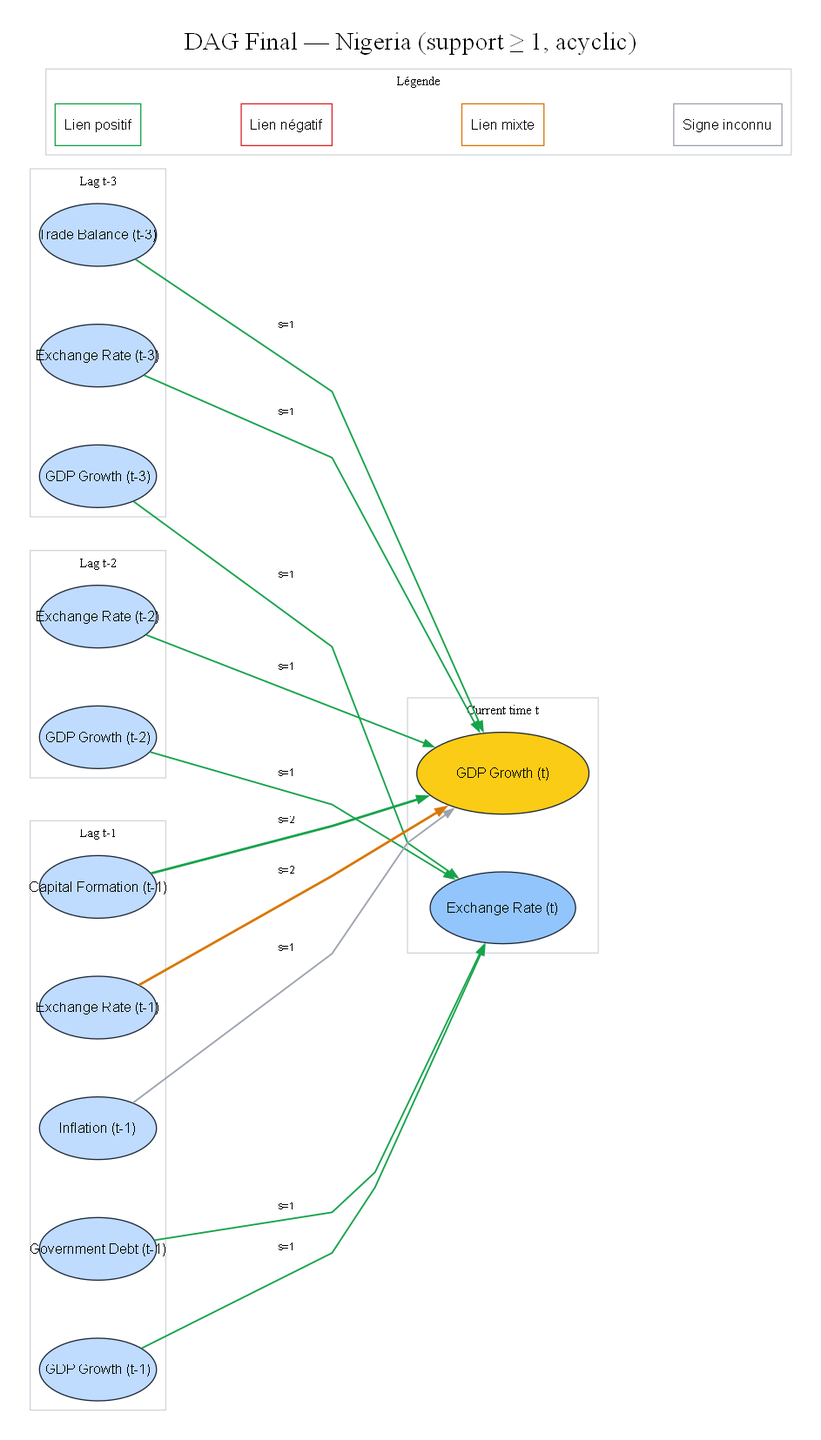
The Graphviz diagram reports/figures/phase3E_dag/Nigeria/dag_final_Nigeria.png in biabakuya/causal-ml-macroeconomic-analysis, before a commit. Its source is kept beside it as reports/figures/phase3E_dag/Nigeria/dag_final_Nigeria.dot.
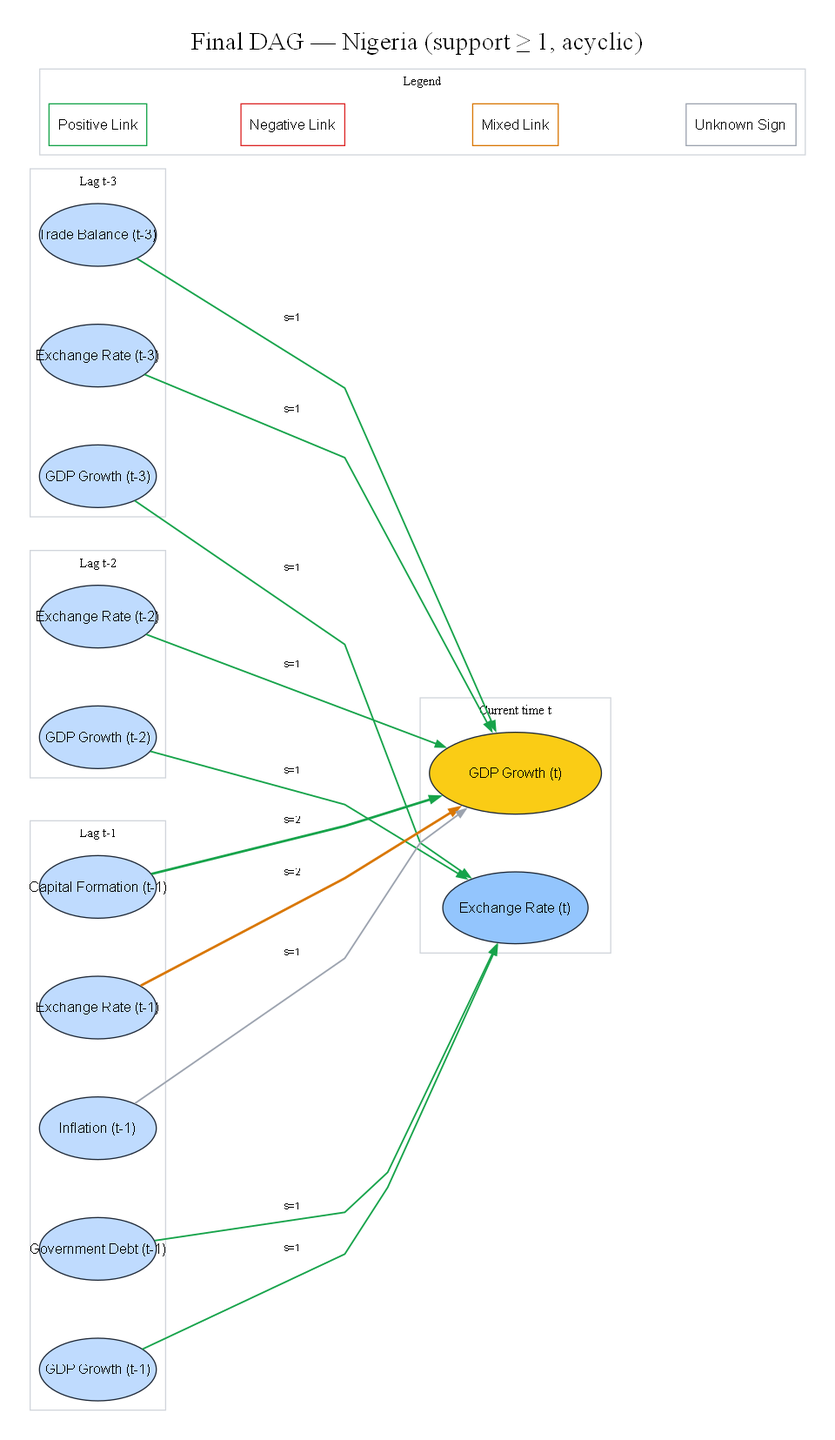
The same file after the commit.

Change to the diagram source:
```diff
@@ -1,5 +1,5 @@
 digraph DAG {
-	bgcolor=white fontsize=22 label="DAG Final — Nigeria (support ≥ 1, acyclic)" labelloc=t pad=0.25 rankdir=LR
+	bgcolor=white fontsize=22 label="Final DAG — Nigeria (support ≥ 1, acyclic)" labelloc=t pad=0.25 rankdir=LR
 	graph [concentrate=false nodesep=0.7 overlap=false ranksep=1.0 splines=polyline]
 	node [color="#1f2937" fontname=Helvetica fontsize=12 shape=ellipse style=filled]
 	edge [arrowsize=0.8 fontname=Helvetica fontsize=9]
@@ -42,11 +42,11 @@
 	"Trade_Balance__t-3" -> GDP_Growth__t [label="s=1" color="#16a34a" minlen=2 penwidth=1.4]
 	"Inflation__t-1" -> GDP_Growth__t [label="s=1" color="#9ca3af" minlen=2 penwidth=1.4]
 	subgraph cluster_legend {
-		color="#d1d5db" fontsize=11 label="Légende"
-		Lpos [label="Lien positif" color="#16a34a" fillcolor=white shape=box style=filled]
-		Lneg [label="Lien négatif" color="#dc2626" fillcolor=white shape=box style=filled]
-		Lmix [label="Lien mixte" color="#d97706" fillcolor=white shape=box style=filled]
-		Lunk [label="Signe inconnu" color="#9ca3af" fillcolor=white shape=box style=filled]
+		color="#d1d5db" fontsize=11 label=Legend
+		Lpos [label="Positive Link" color="#16a34a" fillcolor=white shape=box style=filled]
+		Lneg [label="Negative Link" color="#dc2626" fillcolor=white shape=box style=filled]
+		Lmix [label="Mixed Link" color="#d97706" fillcolor=white shape=box style=filled]
+		Lunk [label="Unknown Sign" color="#9ca3af" fillcolor=white shape=box style=filled]
 		Lpos -> Lneg [style=invis]
 		Lneg -> Lmix [style=invis]
 		Lmix -> Lunk [style=invis]
```
